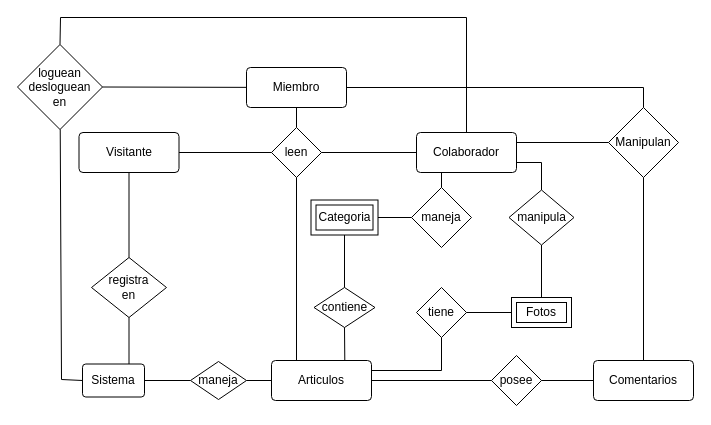
Above: Blog_Metaverso.drawio in mateojgomez/blog_metaverso (draw.io), before the change. Source tidied: cells renumbered, new cells numbered last; positions are measured from the earlier drawing's top-left corner, leaving out a move shared by most shapes. Both pictures are drawn from the tidied source at 100%, with x=0, y=0 at pixel (17, 17).
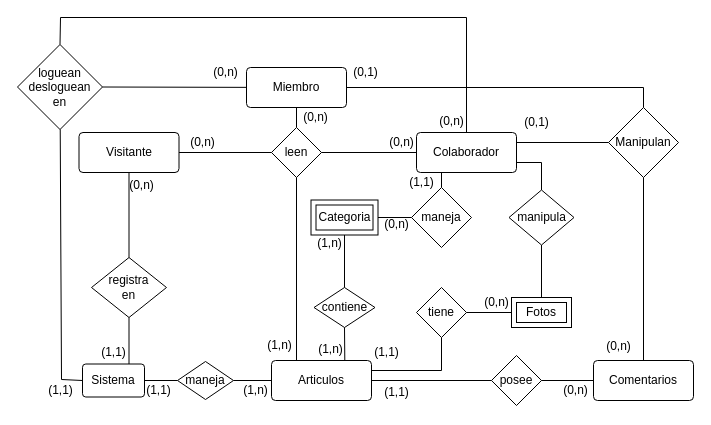
After the change.

Diff of the diagram source:
```diff
@@
     <mxCell id="33" value="maneja" style="rhombus;whiteSpace=wrap;html=1;" parent="1" vertex="1">
-      <mxGeometry x="173" y="344" width="56" height="38" as="geometry" />
+      <mxGeometry x="160" y="344" width="56" height="38" as="geometry" />
     </mxCell>
@@
+    <mxCell id="44" value="(1,n)" style="text;html=1;align=center;verticalAlign=middle;strokeColor=none;fillColor=none;" parent="1" vertex="1">
+      <mxGeometry x="213" y="358" width="50" height="30" as="geometry" />
+    </mxCell>
+    <mxCell id="45" value="(1,1)" style="text;html=1;align=center;verticalAlign=middle;strokeColor=none;fillColor=none;" parent="1" vertex="1">
+      <mxGeometry x="17.5" y="358" width="50" height="30" as="geometry" />
+    </mxCell>
+    <mxCell id="46" value="(1,1)" style="text;html=1;align=center;verticalAlign=middle;strokeColor=none;fillColor=none;" parent="1" vertex="1">
+      <mxGeometry x="115.5" y="358" width="50" height="30" as="geometry" />
+    </mxCell>
+    <mxCell id="47" value="(1,1)" style="text;html=1;align=center;verticalAlign=middle;strokeColor=none;fillColor=none;" parent="1" vertex="1">
+      <mxGeometry x="71" y="320" width="50" height="30" as="geometry" />
+    </mxCell>
+    <mxCell id="48" value="(0,n)" style="text;html=1;align=center;verticalAlign=middle;strokeColor=none;fillColor=none;" parent="1" vertex="1">
+      <mxGeometry x="99" y="152.5" width="50" height="30" as="geometry" />
+    </mxCell>
+    <mxCell id="49" value="(1,1)" style="text;html=1;align=center;verticalAlign=middle;strokeColor=none;fillColor=none;" parent="1" vertex="1">
+      <mxGeometry x="344" y="320" width="50" height="30" as="geometry" />
+    </mxCell>
+    <mxCell id="50" value="(0,n)" style="text;html=1;align=center;verticalAlign=middle;strokeColor=none;fillColor=none;" parent="1" vertex="1">
+      <mxGeometry x="454" y="270" width="50" height="30" as="geometry" />
+    </mxCell>
+    <mxCell id="51" value="(1,1)" style="text;html=1;align=center;verticalAlign=middle;strokeColor=none;fillColor=none;" parent="1" vertex="1">
+      <mxGeometry x="354" y="360" width="50" height="30" as="geometry" />
+    </mxCell>
+    <mxCell id="52" value="(0,n)" style="text;html=1;align=center;verticalAlign=middle;strokeColor=none;fillColor=none;" parent="1" vertex="1">
+      <mxGeometry x="533" y="358" width="50" height="30" as="geometry" />
+    </mxCell>
+    <mxCell id="53" value="(1,n)" style="text;html=1;align=center;verticalAlign=middle;strokeColor=none;fillColor=none;" parent="1" vertex="1">
+      <mxGeometry x="288" y="316.5" width="50" height="30" as="geometry" />
+    </mxCell>
+    <mxCell id="54" value="(1,n)" style="text;html=1;align=center;verticalAlign=middle;strokeColor=none;fillColor=none;" parent="1" vertex="1">
+      <mxGeometry x="287" y="211" width="50" height="30" as="geometry" />
+    </mxCell>
+    <mxCell id="55" value="(0,n)" style="text;html=1;align=center;verticalAlign=middle;strokeColor=none;fillColor=none;" parent="1" vertex="1">
+      <mxGeometry x="354" y="191.5" width="50" height="30" as="geometry" />
+    </mxCell>
+    <mxCell id="56" value="(1,1)" style="text;html=1;align=center;verticalAlign=middle;strokeColor=none;fillColor=none;" parent="1" vertex="1">
+      <mxGeometry x="379" y="149.5" width="50" height="30" as="geometry" />
+    </mxCell>
+    <mxCell id="57" value="(0,n)" style="text;html=1;align=center;verticalAlign=middle;strokeColor=none;fillColor=none;" parent="1" vertex="1">
+      <mxGeometry x="576" y="314" width="50" height="30" as="geometry" />
+    </mxCell>
+    <mxCell id="58" value="(0,1)" style="text;html=1;align=center;verticalAlign=middle;strokeColor=none;fillColor=none;" parent="1" vertex="1">
+      <mxGeometry x="494" y="90" width="50" height="30" as="geometry" />
+    </mxCell>
+    <mxCell id="59" value="(0,1)" style="text;html=1;align=center;verticalAlign=middle;strokeColor=none;fillColor=none;" parent="1" vertex="1">
+      <mxGeometry x="323" y="40" width="50" height="30" as="geometry" />
+    </mxCell>
+    <mxCell id="60" value="(0,n)" style="text;html=1;align=center;verticalAlign=middle;strokeColor=none;fillColor=none;" parent="1" vertex="1">
+      <mxGeometry x="183" y="40" width="50" height="30" as="geometry" />
+    </mxCell>
+    <mxCell id="61" value="(0,n)" style="text;html=1;align=center;verticalAlign=middle;strokeColor=none;fillColor=none;" parent="1" vertex="1">
+      <mxGeometry x="409" y="89" width="50" height="30" as="geometry" />
+    </mxCell>
+    <mxCell id="62" value="(1,n)" style="text;html=1;align=center;verticalAlign=middle;strokeColor=none;fillColor=none;" parent="1" vertex="1">
+      <mxGeometry x="237" y="313" width="50" height="30" as="geometry" />
+    </mxCell>
+    <mxCell id="63" value="(0,n)" style="text;html=1;align=center;verticalAlign=middle;strokeColor=none;fillColor=none;" parent="1" vertex="1">
+      <mxGeometry x="160" y="110" width="50" height="30" as="geometry" />
+    </mxCell>
+    <mxCell id="64" value="(0,n)" style="text;html=1;align=center;verticalAlign=middle;strokeColor=none;fillColor=none;" parent="1" vertex="1">
+      <mxGeometry x="273" y="85" width="50" height="30" as="geometry" />
+    </mxCell>
+    <mxCell id="65" value="(0,n)" style="text;html=1;align=center;verticalAlign=middle;strokeColor=none;fillColor=none;" parent="1" vertex="1">
+      <mxGeometry x="359" y="110" width="50" height="30" as="geometry" />
+    </mxCell>
```
